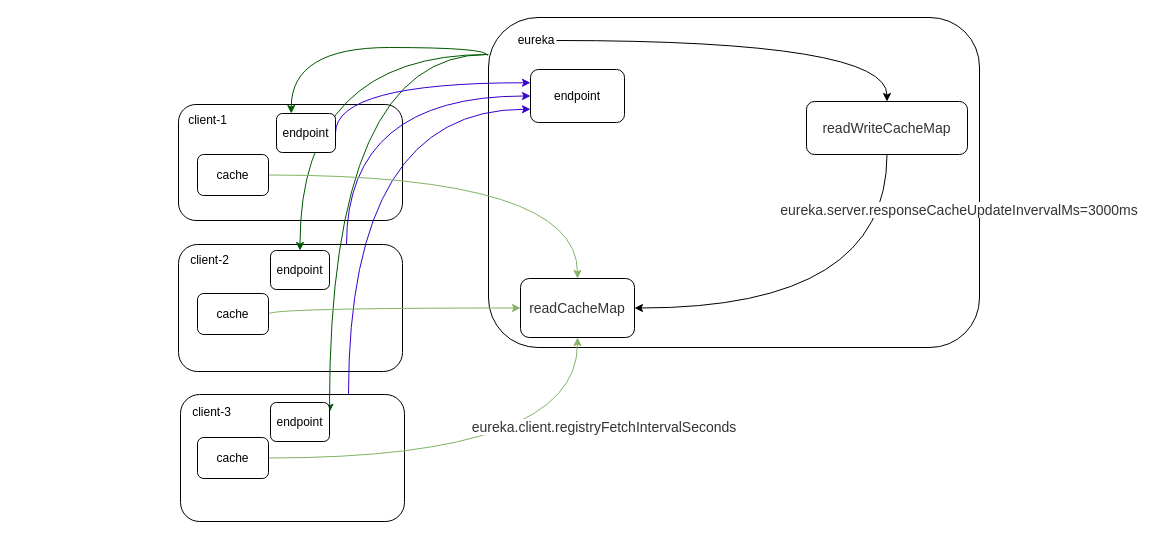
Earlier version of the draw.io diagram eureka注册.drawio (mingtian110/pc_home). Source tidied: cells renumbered, new cells numbered last; positions are measured from the earlier drawing's top-left corner, leaving out a move shared by most shapes. Both pictures are drawn from the tidied source at 100%, with x=0, y=0 at pixel (178, 17).
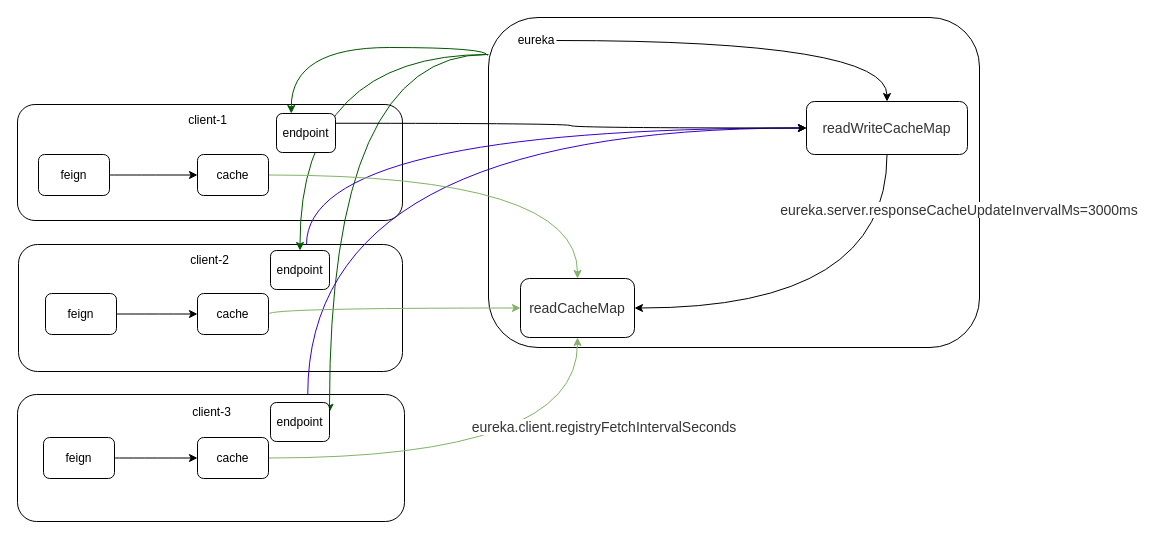
The same page after the edit.

The change refers to these unchanged cells:
```xml
<mxCell id="13" value="&lt;div style=&quot;text-align: left ; line-height: 1.75 ; font-size: 14px&quot;&gt;&lt;span style=&quot;font-family: &amp;#34;arial&amp;#34; ; color: rgb(51 , 51 , 51) ; background-color: rgb(255 , 255 , 255)&quot;&gt;readWriteCacheMap&lt;/span&gt;&lt;/div&gt;" style="rounded=1;whiteSpace=wrap;html=1;" parent="1" vertex="1">
  <mxGeometry x="628" y="84" width="161" height="53" as="geometry" />
</mxCell>
<mxCell id="23" value="cache" style="rounded=1;whiteSpace=wrap;html=1;" parent="1" vertex="1">
  <mxGeometry x="19" y="276" width="71" height="41" as="geometry" />
</mxCell>
<mxCell id="25" value="cache" style="rounded=1;whiteSpace=wrap;html=1;" parent="1" vertex="1">
  <mxGeometry x="19" y="420" width="71" height="41" as="geometry" />
</mxCell>
<mxCell id="27" value="cache" style="rounded=1;whiteSpace=wrap;html=1;" parent="1" vertex="1">
  <mxGeometry x="19" y="137" width="71" height="41" as="geometry" />
</mxCell>
<mxCell id="29" value="endpoint" style="rounded=1;whiteSpace=wrap;html=1;" parent="1" vertex="1">
  <mxGeometry x="98" y="96" width="59" height="39" as="geometry" />
</mxCell>
```

Diff of the diagram source:
```diff
@@
     <mxCell id="2" style="rounded=1;whiteSpace=wrap;html=1;" parent="1" vertex="1">
-      <mxGeometry y="87" width="224" height="116" as="geometry" />
+      <mxGeometry x="-161" y="87" width="385" height="116" as="geometry" />
     </mxCell>
     <mxCell id="3" style="rounded=1;whiteSpace=wrap;html=1;" parent="1" vertex="1">
-      <mxGeometry y="227" width="224" height="127" as="geometry" />
+      <mxGeometry x="-160" y="227" width="384" height="127" as="geometry" />
     </mxCell>
     <mxCell id="4" style="rounded=1;whiteSpace=wrap;html=1;" parent="1" vertex="1">
-      <mxGeometry x="2" y="377" width="224" height="127" as="geometry" />
+      <mxGeometry x="-161" y="377" width="387" height="127" as="geometry" />
     </mxCell>
@@
-    <mxCell id="15" value="endpoint" style="rounded=1;whiteSpace=wrap;html=1;" parent="1" vertex="1">
-      <mxGeometry x="352" y="52" width="94" height="53" as="geometry" />
-    </mxCell>
-    <mxCell id="16" style="edgeStyle=orthogonalEdgeStyle;curved=1;jettySize=auto;html=1;exitX=0.75;exitY=0;exitDx=0;exitDy=0;entryX=0;entryY=0.75;entryDx=0;entryDy=0;shadow=0;fillColor=#6a00ff;strokeColor=#3700CC;" parent="1" edge="1" source="4" target="15">
+    <mxCell id="16" style="edgeStyle=orthogonalEdgeStyle;curved=1;jettySize=auto;html=1;exitX=0.75;exitY=0;exitDx=0;exitDy=0;entryX=0;entryY=0.5;entryDx=0;entryDy=0;shadow=0;fillColor=#6a00ff;strokeColor=#3700CC;" parent="1" edge="1" source="4" target="13">
       <mxGeometry relative="1" as="geometry" />
     </mxCell>
-    <mxCell id="17" style="edgeStyle=orthogonalEdgeStyle;curved=1;jettySize=auto;html=1;exitX=0.75;exitY=0;exitDx=0;exitDy=0;entryX=0;entryY=0.5;entryDx=0;entryDy=0;shadow=0;fillColor=#6a00ff;strokeColor=#3700CC;" parent="1" edge="1" source="3" target="15">
+    <mxCell id="17" style="edgeStyle=orthogonalEdgeStyle;curved=1;jettySize=auto;html=1;exitX=0.75;exitY=0;exitDx=0;exitDy=0;entryX=0;entryY=0.5;entryDx=0;entryDy=0;shadow=0;fillColor=#6a00ff;strokeColor=#3700CC;" parent="1" edge="1" source="3" target="13">
       <mxGeometry relative="1" as="geometry" />
     </mxCell>
-    <mxCell id="18" style="edgeStyle=orthogonalEdgeStyle;curved=1;jettySize=auto;html=1;exitX=1;exitY=0.5;exitDx=0;exitDy=0;entryX=0;entryY=0.25;entryDx=0;entryDy=0;shadow=0;fillColor=#6a00ff;strokeColor=#3700CC;" parent="1" edge="1" source="29" target="15">
-      <mxGeometry relative="1" as="geometry">
-        <Array as="points">
-          <mxPoint x="157" y="65" />
-        </Array>
-      </mxGeometry>
-    </mxCell>
@@
+    <mxCell id="32" style="edgeStyle=orthogonalEdgeStyle;curved=1;jettySize=auto;html=1;exitX=1;exitY=0.25;exitDx=0;exitDy=0;entryX=0;entryY=0.5;entryDx=0;entryDy=0;shadow=0;" parent="1" edge="1" source="29" target="13">
+      <mxGeometry relative="1" as="geometry" />
+    </mxCell>
@@
+    <mxCell id="33" style="edgeStyle=orthogonalEdgeStyle;curved=1;jettySize=auto;html=1;exitX=1;exitY=0.5;exitDx=0;exitDy=0;entryX=0;entryY=0.5;entryDx=0;entryDy=0;shadow=0;" parent="1" edge="1" source="34" target="27">
+      <mxGeometry relative="1" as="geometry" />
+    </mxCell>
+    <mxCell id="34" value="feign" style="rounded=1;whiteSpace=wrap;html=1;" parent="1" vertex="1">
+      <mxGeometry x="-140" y="137" width="71" height="41" as="geometry" />
+    </mxCell>
+    <mxCell id="35" style="edgeStyle=orthogonalEdgeStyle;curved=1;jettySize=auto;html=1;exitX=1;exitY=0.5;exitDx=0;exitDy=0;entryX=0;entryY=0.5;entryDx=0;entryDy=0;shadow=0;" parent="1" edge="1" source="36" target="23">
+      <mxGeometry relative="1" as="geometry" />
+    </mxCell>
+    <mxCell id="36" value="feign" style="rounded=1;whiteSpace=wrap;html=1;" parent="1" vertex="1">
+      <mxGeometry x="-133" y="276" width="71" height="41" as="geometry" />
+    </mxCell>
+    <mxCell id="37" style="edgeStyle=orthogonalEdgeStyle;curved=1;jettySize=auto;html=1;exitX=1;exitY=0.5;exitDx=0;exitDy=0;entryX=0;entryY=0.5;entryDx=0;entryDy=0;shadow=0;" parent="1" edge="1" source="38" target="25">
+      <mxGeometry relative="1" as="geometry" />
+    </mxCell>
+    <mxCell id="38" value="feign" style="rounded=1;whiteSpace=wrap;html=1;" parent="1" vertex="1">
+      <mxGeometry x="-135" y="420" width="71" height="41" as="geometry" />
+    </mxCell>
```
